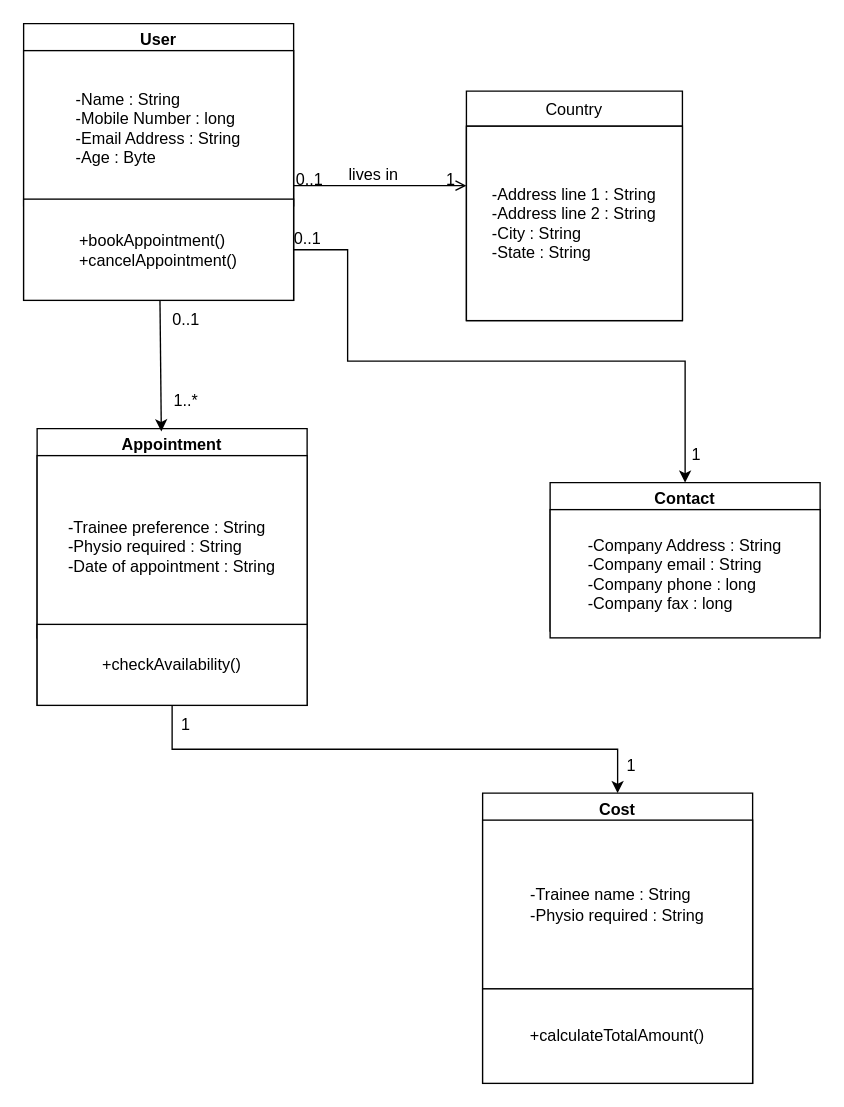
devenshettyss/gitpractice keeps this draw.io diagram as Untitled Diagram.drawio. Above is the earlier version. Source tidied: cells renumbered, new cells numbered last; positions are measured from the earlier drawing's top-left corner, leaving out a move shared by most shapes. Both pictures are drawn from the tidied source at 135%, with x=0, y=0 at pixel (23, 23).
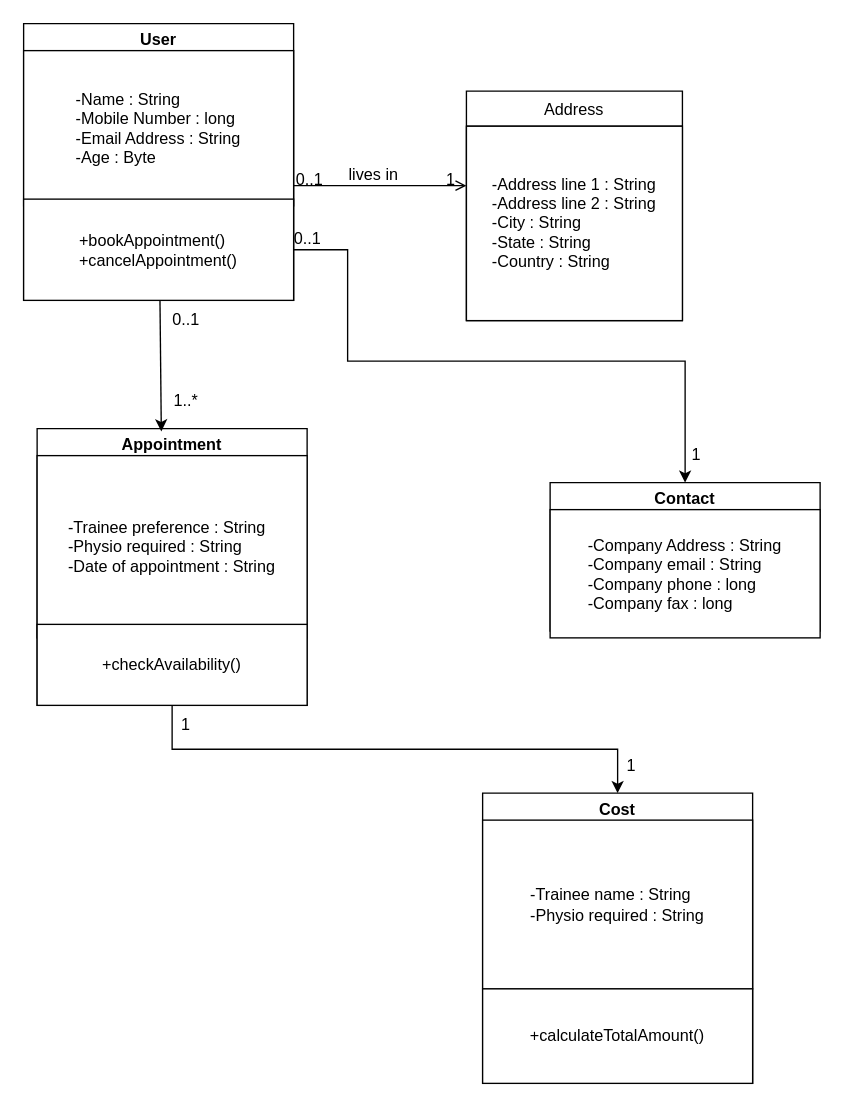
Above is the later version.

Commit message:
Updated Address class

Diff of the diagram source:
```diff
@@
-    <mxCell id="2" value="Country" style="swimlane;fontStyle=0;align=center;verticalAlign=top;horizontal=1;startSize=26;rounded=0;shadow=0;strokeWidth=1;" parent="1" vertex="1">
+    <mxCell id="2" value="Address" style="swimlane;fontStyle=0;align=center;verticalAlign=top;horizontal=1;startSize=26;rounded=0;shadow=0;strokeWidth=1;" parent="1" vertex="1">
       <mxGeometry x="328" y="50" width="160" height="170" as="geometry" />
     </mxCell>
-    <mxCell id="3" value="&lt;div style=&quot;text-align: justify&quot;&gt;&lt;span&gt;-Address line 1 : String&lt;/span&gt;&lt;/div&gt;&lt;span&gt;&lt;div style=&quot;text-align: justify&quot;&gt;&lt;span&gt;-Address line 2 : String&lt;/span&gt;&lt;/div&gt;&lt;/span&gt;&lt;span&gt;&lt;div style=&quot;text-align: justify&quot;&gt;&lt;span&gt;-City : String&lt;/span&gt;&lt;/div&gt;&lt;/span&gt;&lt;span&gt;&lt;div style=&quot;text-align: justify&quot;&gt;&lt;span&gt;-State : String&lt;/span&gt;&lt;/div&gt;&lt;/span&gt;" style="whiteSpace=wrap;html=1;" parent="2" vertex="1">
+    <mxCell id="3" value="&lt;div style=&quot;text-align: justify&quot;&gt;&lt;span&gt;-Address line 1 : String&lt;/span&gt;&lt;/div&gt;&lt;span&gt;&lt;div style=&quot;text-align: justify&quot;&gt;&lt;span&gt;-Address line 2 : String&lt;/span&gt;&lt;/div&gt;&lt;/span&gt;&lt;span&gt;&lt;div style=&quot;text-align: justify&quot;&gt;&lt;span&gt;-City : String&lt;/span&gt;&lt;/div&gt;&lt;/span&gt;&lt;span&gt;&lt;div style=&quot;text-align: justify&quot;&gt;&lt;span&gt;-State : String&lt;/span&gt;&lt;/div&gt;&lt;div style=&quot;text-align: justify&quot;&gt;&lt;span&gt;-Country : String&lt;/span&gt;&lt;/div&gt;&lt;/span&gt;" style="whiteSpace=wrap;html=1;" parent="2" vertex="1">
       <mxGeometry y="26" width="160" height="144" as="geometry" />
     </mxCell>
```
